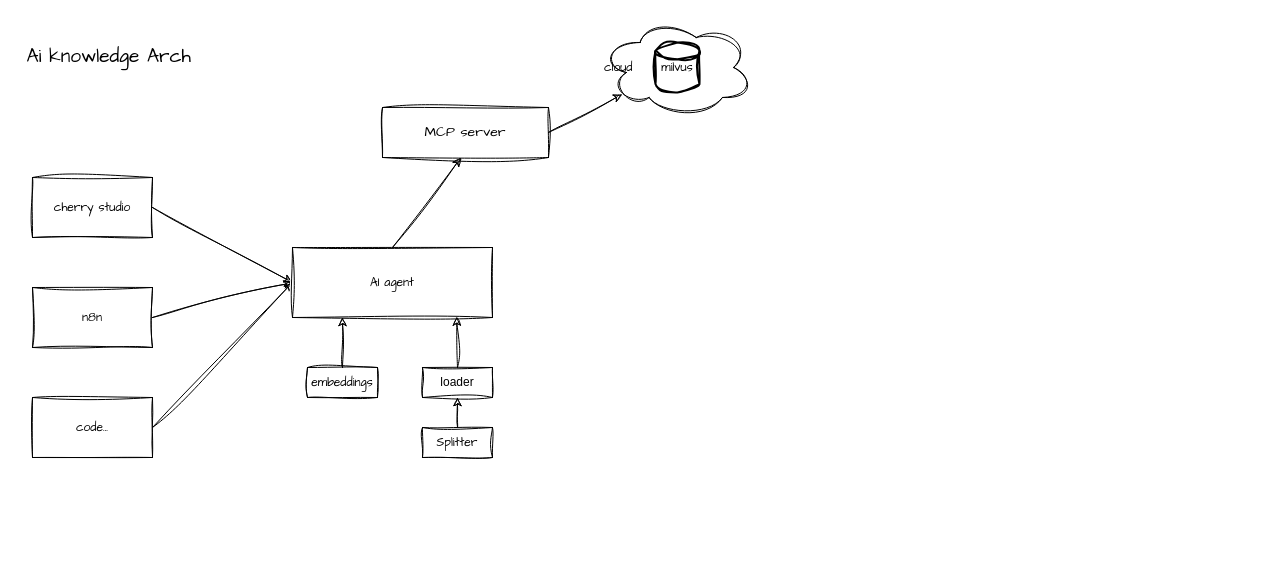
Earlier version of the draw.io diagram 未命名绘图.drawio (JoeeYanH/Knowledge). Source tidied: cells renumbered, new cells numbered last; positions are measured from the earlier drawing's top-left corner, leaving out a move shared by most shapes. Both pictures are drawn from the tidied source at 100%, with x=0, y=0 at pixel (17, 17).
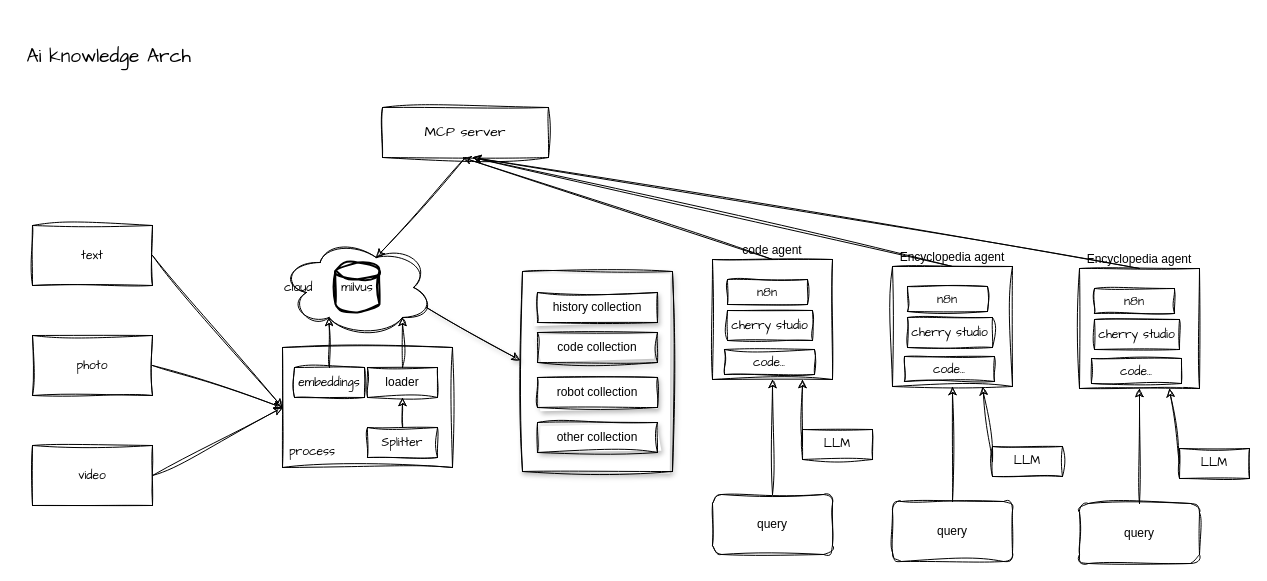
The same diagram, later.

The change refers to these unchanged cells:
```xml
<mxCell id="9" value="&lt;font face=&quot;Comic Sans MS&quot; style=&quot;font-size: 14px;&quot;&gt;MCP server&lt;/font&gt;" style="rounded=0;whiteSpace=wrap;html=1;glass=0;shadow=0;fillStyle=hatch;align=center;sketch=1;curveFitting=1;jiggle=2;labelPosition=center;verticalLabelPosition=middle;verticalAlign=middle;" parent="8" vertex="1">
  <mxGeometry width="166" height="50" as="geometry" />
</mxCell>
<mxCell id="14" value="&lt;font face=&quot;Comic Sans MS&quot;&gt;cloud&lt;/font&gt;" style="ellipse;shape=cloud;whiteSpace=wrap;html=1;labelPosition=center;verticalLabelPosition=middle;align=left;verticalAlign=middle;sketch=1;curveFitting=1;jiggle=2;" parent="13" vertex="1">
  <mxGeometry width="150" height="100" as="geometry" />
</mxCell>
```

The edit, as a diff of the source:
```diff
@@
+    <mxCell id="23" style="rounded=0;whiteSpace=wrap;html=1;sketch=1;curveFitting=1;jiggle=2;" parent="1" vertex="1">
+      <mxGeometry x="265" y="330" width="170" height="120" as="geometry" />
+    </mxCell>
-    <mxCell id="2" value="&lt;font face=&quot;Comic Sans MS&quot;&gt;cherry stu&lt;span style=&quot;background-color: transparent; color: light-dark(rgb(0, 0, 0), rgb(255, 255, 255));&quot;&gt;dio&lt;/span&gt;&lt;/font&gt;" style="rounded=0;whiteSpace=wrap;html=1;sketch=1;curveFitting=1;jiggle=2;" parent="1" vertex="1">
-      <mxGeometry x="15" y="160" width="120" height="60" as="geometry" />
+    <mxCell id="2" value="&lt;font face=&quot;Comic Sans MS&quot;&gt;text&lt;/font&gt;" style="rounded=0;whiteSpace=wrap;html=1;sketch=1;curveFitting=1;jiggle=2;" parent="1" vertex="1">
+      <mxGeometry x="15" y="208" width="120" height="60" as="geometry" />
     </mxCell>
-    <mxCell id="3" value="&lt;font face=&quot;Comic Sans MS&quot;&gt;n8n&lt;/font&gt;" style="rounded=0;whiteSpace=wrap;html=1;sketch=1;curveFitting=1;jiggle=2;" parent="1" vertex="1">
-      <mxGeometry x="15" y="270" width="120" height="60" as="geometry" />
+    <mxCell id="3" value="&lt;font face=&quot;Comic Sans MS&quot;&gt;photo&lt;/font&gt;" style="rounded=0;whiteSpace=wrap;html=1;sketch=1;curveFitting=1;jiggle=2;" parent="1" vertex="1">
+      <mxGeometry x="15" y="318" width="120" height="60" as="geometry" />
     </mxCell>
-    <mxCell id="4" value="&lt;font face=&quot;Comic Sans MS&quot;&gt;code...&lt;/font&gt;" style="rounded=0;whiteSpace=wrap;html=1;sketch=1;curveFitting=1;jiggle=2;" parent="1" vertex="1">
-      <mxGeometry x="15" y="380" width="120" height="60" as="geometry" />
+    <mxCell id="4" value="&lt;font face=&quot;Comic Sans MS&quot;&gt;video&lt;/font&gt;" style="rounded=0;whiteSpace=wrap;html=1;sketch=1;curveFitting=1;jiggle=2;" parent="1" vertex="1">
+      <mxGeometry x="15" y="428" width="120" height="60" as="geometry" />
     </mxCell>
-    <mxCell id="5" style="endArrow=classic;html=1;rounded=0;entryX=0;entryY=0.5;entryDx=0;entryDy=0;exitX=1;exitY=0.5;exitDx=0;exitDy=0;sketch=1;curveFitting=1;jiggle=2;" parent="1" edge="1" source="2" target="10">
+    <mxCell id="5" style="endArrow=classic;html=1;rounded=0;entryX=0;entryY=0.5;entryDx=0;entryDy=0;exitX=1;exitY=0.5;exitDx=0;exitDy=0;sketch=1;curveFitting=1;jiggle=2;" parent="1" edge="1" source="2" target="23">
       <mxGeometry relative="1" as="geometry" />
     </mxCell>
-    <mxCell id="6" style="endArrow=classic;html=1;rounded=0;exitX=1;exitY=0.5;exitDx=0;exitDy=0;sketch=1;curveFitting=1;jiggle=2;entryX=0;entryY=0.5;entryDx=0;entryDy=0;" parent="1" edge="1" source="4" target="10">
+    <mxCell id="6" style="endArrow=classic;html=1;rounded=0;exitX=1;exitY=0.5;exitDx=0;exitDy=0;sketch=1;curveFitting=1;jiggle=2;entryX=0;entryY=0.5;entryDx=0;entryDy=0;" parent="1" edge="1" source="4" target="23">
       <mxGeometry relative="1" as="geometry" />
     </mxCell>
-    <mxCell id="7" style="endArrow=classic;html=1;rounded=0;exitX=1;exitY=0.5;exitDx=0;exitDy=0;sketch=1;curveFitting=1;jiggle=2;entryX=0;entryY=0.5;entryDx=0;entryDy=0;" parent="1" edge="1" source="3" target="10">
+    <mxCell id="7" style="endArrow=classic;html=1;rounded=0;exitX=1;exitY=0.5;exitDx=0;exitDy=0;sketch=1;curveFitting=1;jiggle=2;entryX=0;entryY=0.5;entryDx=0;entryDy=0;" parent="1" edge="1" source="3" target="23">
       <mxGeometry relative="1" as="geometry" />
     </mxCell>
@@
-    <mxCell id="10" value="&lt;font face=&quot;Comic Sans MS&quot;&gt;AI agent&lt;/font&gt;" style="rounded=0;whiteSpace=wrap;html=1;sketch=1;curveFitting=1;jiggle=2;" parent="1" vertex="1">
-      <mxGeometry x="275" y="230" width="200" height="70" as="geometry" />
-    </mxCell>
     <mxCell id="11" value="&lt;font face=&quot;Comic Sans MS&quot;&gt;Splitter&lt;/font&gt;" style="rounded=0;whiteSpace=wrap;html=1;sketch=1;curveFitting=1;jiggle=2;" parent="1" vertex="1">
-      <mxGeometry x="405" y="410" width="70" height="30" as="geometry" />
+      <mxGeometry x="350" y="410" width="70" height="30" as="geometry" />
     </mxCell>
     <mxCell id="12" value="loader" style="rounded=0;whiteSpace=wrap;html=1;sketch=1;curveFitting=1;jiggle=2;" parent="1" vertex="1">
-      <mxGeometry x="405" y="350" width="70" height="30" as="geometry" />
+      <mxGeometry x="350" y="350" width="70" height="30" as="geometry" />
     </mxCell>
     <mxCell id="13" style="group;sketch=1;curveFitting=1;jiggle=2;labelPosition=left;verticalLabelPosition=top;align=right;verticalAlign=bottom;" parent="1" vertex="1">
-      <mxGeometry x="585" width="170" height="100" as="geometry" />
+      <mxGeometry x="265" y="220" width="170" height="100" as="geometry" />
     </mxCell>
@@
-    <mxCell id="16" style="endArrow=classic;html=1;rounded=0;entryX=0.13;entryY=0.77;entryDx=0;entryDy=0;exitX=1;exitY=0.5;exitDx=0;exitDy=0;entryPerimeter=0;sketch=1;curveFitting=1;jiggle=2;" parent="1" edge="1" source="9" target="14">
-      <mxGeometry relative="1" as="geometry" />
-    </mxCell>
-    <mxCell id="17" style="endArrow=classic;html=1;rounded=0;entryX=0.472;entryY=1.007;entryDx=0;entryDy=0;exitX=0.5;exitY=0;exitDx=0;exitDy=0;sketch=1;curveFitting=1;jiggle=2;entryPerimeter=0;" parent="1" edge="1" source="10" target="9">
-      <mxGeometry relative="1" as="geometry" />
-    </mxCell>
     <mxCell id="18" value="&lt;font face=&quot;Comic Sans MS&quot;&gt;embeddings&lt;/font&gt;" style="rounded=0;whiteSpace=wrap;html=1;sketch=1;curveFitting=1;jiggle=2;" parent="1" vertex="1">
-      <mxGeometry x="290" y="350" width="70" height="30" as="geometry" />
+      <mxGeometry x="277" y="350" width="70" height="30" as="geometry" />
     </mxCell>
-    <mxCell id="19" style="endArrow=classic;html=1;rounded=0;entryX=0.25;entryY=1;entryDx=0;entryDy=0;exitX=0.5;exitY=0;exitDx=0;exitDy=0;sketch=1;curveFitting=1;jiggle=2;" parent="1" edge="1" source="18" target="10">
+    <mxCell id="19" style="endArrow=classic;html=1;rounded=0;entryX=0.31;entryY=0.8;entryDx=0;entryDy=0;exitX=0.5;exitY=0;exitDx=0;exitDy=0;sketch=1;curveFitting=1;jiggle=2;entryPerimeter=0;" parent="1" edge="1" source="18" target="14">
       <mxGeometry relative="1" as="geometry" />
     </mxCell>
-    <mxCell id="20" style="endArrow=classic;html=1;rounded=0;entryX=0.821;entryY=0.993;entryDx=0;entryDy=0;exitX=0.5;exitY=0;exitDx=0;exitDy=0;sketch=1;curveFitting=1;jiggle=2;entryPerimeter=0;" parent="1" edge="1" source="12" target="10">
+    <mxCell id="20" style="endArrow=classic;html=1;rounded=0;exitX=0.5;exitY=0;exitDx=0;exitDy=0;sketch=1;curveFitting=1;jiggle=2;entryX=0.8;entryY=0.8;entryDx=0;entryDy=0;entryPerimeter=0;" parent="1" edge="1" source="12" target="14">
       <mxGeometry relative="1" as="geometry" />
     </mxCell>
@@
+    <mxCell id="24" value="query" style="rounded=1;whiteSpace=wrap;html=1;sketch=1;curveFitting=1;jiggle=2;" parent="1" vertex="1">
+      <mxGeometry x="695" y="477" width="120" height="60" as="geometry" />
+    </mxCell>
+    <mxCell id="25" style="group;" parent="1" vertex="1">
+      <mxGeometry x="695" y="242" width="120" height="120" as="geometry" />
+    </mxCell>
+    <mxCell id="26" value="code agent" style="rounded=0;whiteSpace=wrap;html=1;sketch=1;curveFitting=1;jiggle=2;labelPosition=center;verticalLabelPosition=top;align=center;verticalAlign=bottom;" parent="25" vertex="1">
+      <mxGeometry width="120" height="120" as="geometry" />
+    </mxCell>
+    <mxCell id="27" value="&lt;font face=&quot;Comic Sans MS&quot;&gt;cherry stu&lt;span style=&quot;background-color: transparent; color: light-dark(rgb(0, 0, 0), rgb(255, 255, 255));&quot;&gt;dio&lt;/span&gt;&lt;/font&gt;" style="rounded=0;whiteSpace=wrap;html=1;sketch=1;curveFitting=1;jiggle=2;" parent="25" vertex="1">
+      <mxGeometry x="15" y="51" width="85" height="30" as="geometry" />
+    </mxCell>
+    <mxCell id="28" value="&lt;font face=&quot;Comic Sans MS&quot;&gt;n8n&lt;/font&gt;" style="rounded=0;whiteSpace=wrap;html=1;sketch=1;curveFitting=1;jiggle=2;" parent="25" vertex="1">
+      <mxGeometry x="15" y="20" width="80" height="25" as="geometry" />
+    </mxCell>
+    <mxCell id="29" value="&lt;font face=&quot;Comic Sans MS&quot;&gt;code...&lt;/font&gt;" style="rounded=0;whiteSpace=wrap;html=1;sketch=1;curveFitting=1;jiggle=2;" parent="25" vertex="1">
+      <mxGeometry x="12" y="90" width="90" height="25" as="geometry" />
+    </mxCell>
+    <mxCell id="30" value="process" style="text;html=1;align=center;verticalAlign=middle;whiteSpace=wrap;rounded=0;fontFamily=Comic Sans MS;" parent="1" vertex="1">
+      <mxGeometry x="265" y="420" width="60" height="30" as="geometry" />
+    </mxCell>
+    <mxCell id="31" style="endArrow=classic;html=1;rounded=0;exitX=0.5;exitY=0;exitDx=0;exitDy=0;sketch=1;curveFitting=1;jiggle=2;" parent="1" edge="1" source="26">
+      <mxGeometry relative="1" as="geometry">
+        <mxPoint x="445" y="140" as="targetPoint" />
+      </mxGeometry>
+    </mxCell>
+    <mxCell id="16" style="endArrow=classic;html=1;rounded=0;entryX=0.625;entryY=0.2;entryDx=0;entryDy=0;exitX=0.5;exitY=1;exitDx=0;exitDy=0;sketch=1;curveFitting=1;jiggle=2;entryPerimeter=0;" parent="1" edge="1" source="9" target="14">
+      <mxGeometry relative="1" as="geometry" />
+    </mxCell>
+    <mxCell id="32" value="LLM" style="rounded=0;whiteSpace=wrap;html=1;sketch=1;curveFitting=1;jiggle=2;fontFamily=Comic Sans MS;" parent="1" vertex="1">
+      <mxGeometry x="785" y="412" width="70" height="30" as="geometry" />
+    </mxCell>
+    <mxCell id="33" style="endArrow=classic;html=1;rounded=0;exitX=0;exitY=0.5;exitDx=0;exitDy=0;sketch=1;curveFitting=1;jiggle=2;entryX=0.75;entryY=1;entryDx=0;entryDy=0;" parent="1" edge="1" source="32" target="26">
+      <mxGeometry relative="1" as="geometry" />
+    </mxCell>
+    <mxCell id="34" style="endArrow=classic;html=1;rounded=0;exitX=0.5;exitY=0;exitDx=0;exitDy=0;sketch=1;curveFitting=1;jiggle=2;entryX=0.5;entryY=1;entryDx=0;entryDy=0;" parent="1" edge="1" source="24" target="26">
+      <mxGeometry relative="1" as="geometry" />
+    </mxCell>
+    <mxCell id="35" value="query" style="rounded=1;whiteSpace=wrap;html=1;sketch=1;curveFitting=1;jiggle=2;" parent="1" vertex="1">
+      <mxGeometry x="875" y="484" width="120" height="60" as="geometry" />
+    </mxCell>
+    <mxCell id="36" style="group;" parent="1" vertex="1">
+      <mxGeometry x="875" y="249" width="120" height="120" as="geometry" />
+    </mxCell>
+    <mxCell id="37" value="Encyclopedia&amp;nbsp;agent" style="rounded=0;whiteSpace=wrap;html=1;sketch=1;curveFitting=1;jiggle=2;labelPosition=center;verticalLabelPosition=top;align=center;verticalAlign=bottom;" parent="36" vertex="1">
+      <mxGeometry width="120" height="120" as="geometry" />
+    </mxCell>
+    <mxCell id="38" value="&lt;font face=&quot;Comic Sans MS&quot;&gt;cherry stu&lt;span style=&quot;background-color: transparent; color: light-dark(rgb(0, 0, 0), rgb(255, 255, 255));&quot;&gt;dio&lt;/span&gt;&lt;/font&gt;" style="rounded=0;whiteSpace=wrap;html=1;sketch=1;curveFitting=1;jiggle=2;" parent="36" vertex="1">
+      <mxGeometry x="15" y="51" width="85" height="30" as="geometry" />
+    </mxCell>
+    <mxCell id="39" value="&lt;font face=&quot;Comic Sans MS&quot;&gt;n8n&lt;/font&gt;" style="rounded=0;whiteSpace=wrap;html=1;sketch=1;curveFitting=1;jiggle=2;" parent="36" vertex="1">
+      <mxGeometry x="15" y="20" width="80" height="25" as="geometry" />
+    </mxCell>
+    <mxCell id="40" value="&lt;font face=&quot;Comic Sans MS&quot;&gt;code...&lt;/font&gt;" style="rounded=0;whiteSpace=wrap;html=1;sketch=1;curveFitting=1;jiggle=2;" parent="36" vertex="1">
+      <mxGeometry x="12" y="90" width="90" height="25" as="geometry" />
+    </mxCell>
+    <mxCell id="41" value="LLM" style="rounded=0;whiteSpace=wrap;html=1;sketch=1;curveFitting=1;jiggle=2;fontFamily=Comic Sans MS;" parent="1" vertex="1">
+      <mxGeometry x="975" y="429" width="70" height="30" as="geometry" />
+    </mxCell>
+    <mxCell id="42" style="endArrow=classic;html=1;rounded=0;exitX=0;exitY=0.5;exitDx=0;exitDy=0;sketch=1;curveFitting=1;jiggle=2;entryX=0.75;entryY=1;entryDx=0;entryDy=0;" parent="1" edge="1" source="41" target="37">
+      <mxGeometry relative="1" as="geometry" />
+    </mxCell>
+    <mxCell id="43" style="endArrow=classic;html=1;rounded=0;exitX=0.5;exitY=0;exitDx=0;exitDy=0;sketch=1;curveFitting=1;jiggle=2;entryX=0.5;entryY=1;entryDx=0;entryDy=0;" parent="1" edge="1" source="35" target="37">
+      <mxGeometry relative="1" as="geometry" />
+    </mxCell>
+    <mxCell id="44" style="rounded=0;whiteSpace=wrap;html=1;sketch=1;curveFitting=1;jiggle=2;shadow=1;" parent="1" vertex="1">
+      <mxGeometry x="505" y="254" width="150" height="200" as="geometry" />
+    </mxCell>
+    <mxCell id="45" value="history collection" style="rounded=0;whiteSpace=wrap;html=1;sketch=1;curveFitting=1;jiggle=2;shadow=1;" parent="1" vertex="1">
+      <mxGeometry x="520" y="275" width="120" height="30" as="geometry" />
+    </mxCell>
+    <mxCell id="46" value="code collection" style="rounded=0;whiteSpace=wrap;html=1;sketch=1;curveFitting=1;jiggle=2;shadow=1;" parent="1" vertex="1">
+      <mxGeometry x="520" y="315" width="120" height="30" as="geometry" />
+    </mxCell>
+    <mxCell id="47" value="robot collection" style="rounded=0;whiteSpace=wrap;html=1;sketch=1;curveFitting=1;jiggle=2;shadow=1;" parent="1" vertex="1">
+      <mxGeometry x="520" y="360" width="120" height="30" as="geometry" />
+    </mxCell>
+    <mxCell id="48" value="other collection" style="rounded=0;whiteSpace=wrap;html=1;sketch=1;curveFitting=1;jiggle=2;shadow=1;" parent="1" vertex="1">
+      <mxGeometry x="520" y="405" width="120" height="30" as="geometry" />
+    </mxCell>
+    <mxCell id="49" style="endArrow=classic;html=1;rounded=0;exitX=0.96;exitY=0.7;exitDx=0;exitDy=0;sketch=1;curveFitting=1;jiggle=2;exitPerimeter=0;entryX=-0.016;entryY=0.444;entryDx=0;entryDy=0;entryPerimeter=0;shadow=1;" parent="1" edge="1" source="14" target="44">
+      <mxGeometry relative="1" as="geometry" />
+    </mxCell>
+    <mxCell id="50" value="query" style="rounded=1;whiteSpace=wrap;html=1;sketch=1;curveFitting=1;jiggle=2;" parent="1" vertex="1">
+      <mxGeometry x="1062" y="486" width="120" height="60" as="geometry" />
+    </mxCell>
+    <mxCell id="51" style="group;" parent="1" vertex="1">
+      <mxGeometry x="1062" y="251" width="120" height="120" as="geometry" />
+    </mxCell>
+    <mxCell id="52" value="Encyclopedia&amp;nbsp;agent" style="rounded=0;whiteSpace=wrap;html=1;sketch=1;curveFitting=1;jiggle=2;labelPosition=center;verticalLabelPosition=top;align=center;verticalAlign=bottom;" parent="51" vertex="1">
+      <mxGeometry width="120" height="120" as="geometry" />
+    </mxCell>
+    <mxCell id="53" value="&lt;font face=&quot;Comic Sans MS&quot;&gt;cherry stu&lt;span style=&quot;background-color: transparent; color: light-dark(rgb(0, 0, 0), rgb(255, 255, 255));&quot;&gt;dio&lt;/span&gt;&lt;/font&gt;" style="rounded=0;whiteSpace=wrap;html=1;sketch=1;curveFitting=1;jiggle=2;" parent="51" vertex="1">
+      <mxGeometry x="15" y="51" width="85" height="30" as="geometry" />
+    </mxCell>
+    <mxCell id="54" value="&lt;font face=&quot;Comic Sans MS&quot;&gt;n8n&lt;/font&gt;" style="rounded=0;whiteSpace=wrap;html=1;sketch=1;curveFitting=1;jiggle=2;" parent="51" vertex="1">
+      <mxGeometry x="15" y="20" width="80" height="25" as="geometry" />
+    </mxCell>
+    <mxCell id="55" value="&lt;font face=&quot;Comic Sans MS&quot;&gt;code...&lt;/font&gt;" style="rounded=0;whiteSpace=wrap;html=1;sketch=1;curveFitting=1;jiggle=2;" parent="51" vertex="1">
+      <mxGeometry x="12" y="90" width="90" height="25" as="geometry" />
+    </mxCell>
+    <mxCell id="56" value="LLM" style="rounded=0;whiteSpace=wrap;html=1;sketch=1;curveFitting=1;jiggle=2;fontFamily=Comic Sans MS;" parent="1" vertex="1">
+      <mxGeometry x="1162" y="431" width="70" height="30" as="geometry" />
+    </mxCell>
+    <mxCell id="57" style="endArrow=classic;html=1;rounded=0;exitX=0;exitY=0.5;exitDx=0;exitDy=0;sketch=1;curveFitting=1;jiggle=2;entryX=0.75;entryY=1;entryDx=0;entryDy=0;" parent="1" edge="1" source="56" target="52">
+      <mxGeometry relative="1" as="geometry" />
+    </mxCell>
+    <mxCell id="58" style="endArrow=classic;html=1;rounded=0;exitX=0.5;exitY=0;exitDx=0;exitDy=0;sketch=1;curveFitting=1;jiggle=2;entryX=0.5;entryY=1;entryDx=0;entryDy=0;" parent="1" edge="1" source="50" target="52">
+      <mxGeometry relative="1" as="geometry" />
+    </mxCell>
+    <mxCell id="59" style="endArrow=classic;html=1;rounded=0;exitX=0.5;exitY=0;exitDx=0;exitDy=0;sketch=1;curveFitting=1;jiggle=2;" parent="1" edge="1" source="37">
+      <mxGeometry relative="1" as="geometry">
+        <mxPoint x="455" y="140" as="targetPoint" />
+      </mxGeometry>
+    </mxCell>
+    <mxCell id="60" style="endArrow=classic;html=1;rounded=0;exitX=0.5;exitY=0;exitDx=0;exitDy=0;sketch=1;curveFitting=1;jiggle=2;" parent="1" edge="1" source="52">
+      <mxGeometry relative="1" as="geometry">
+        <mxPoint x="455" y="140" as="targetPoint" />
+      </mxGeometry>
+    </mxCell>
```
